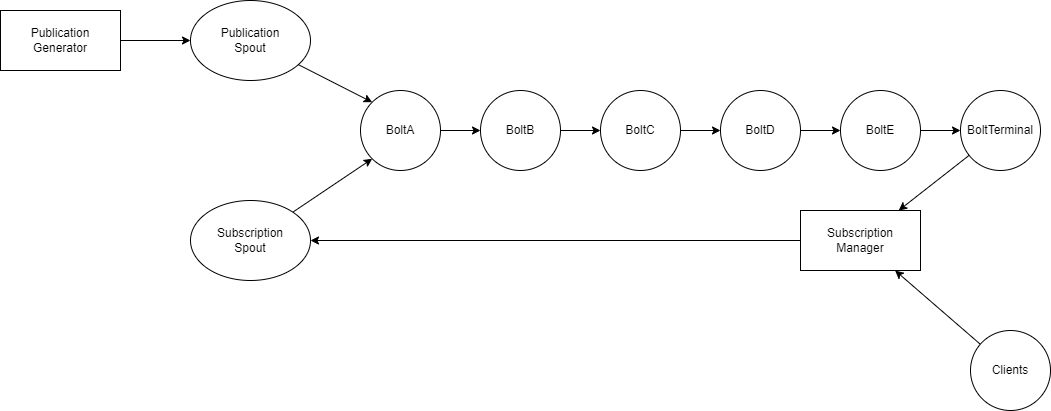
Earlier version of the draw.io export schema.png (iulyus01/EBS-proj). Source tidied: cells renumbered, new cells last; positions are measured from the earlier drawing's top-left corner, leaving out a move shared by most shapes.
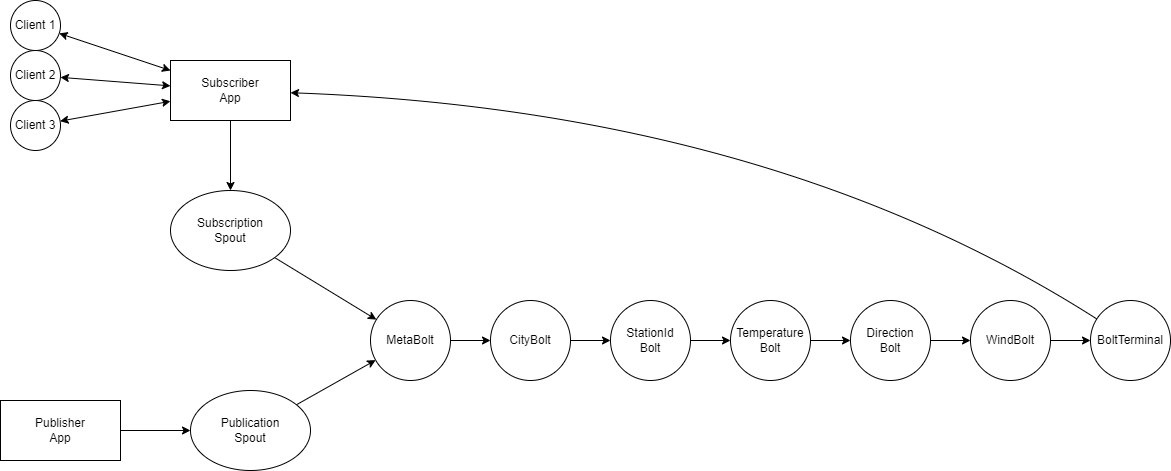
The same diagram one commit later.

The edit, as a diff of the source:
```diff
@@ -2,71 +2,93 @@
   <root>
     <mxCell id="0" />
     <mxCell id="1" parent="0" />
-    <mxCell id="2" style="edgeStyle=none;rounded=0;jettySize=auto;html=1;entryX=0;entryY=1;entryDx=0;entryDy=0;" parent="1" edge="1" source="3" target="7">
+    <mxCell id="2" style="edgeStyle=none;rounded=0;jettySize=auto;html=1;" parent="1" edge="1" source="3" target="7">
       <mxGeometry relative="1" as="geometry" />
     </mxCell>
     <mxCell id="3" value="Subscription&lt;br&gt;Spout" style="ellipse;whiteSpace=wrap;html=1;" parent="1" vertex="1">
-      <mxGeometry x="190" y="200" width="120" height="80" as="geometry" />
+      <mxGeometry x="160" y="-20" width="120" height="80" as="geometry" />
     </mxCell>
-    <mxCell id="4" style="rounded=0;jettySize=auto;html=1;entryX=0;entryY=0;entryDx=0;entryDy=0;" parent="1" edge="1" source="5" target="7">
+    <mxCell id="4" style="rounded=0;jettySize=auto;html=1;" parent="1" edge="1" source="5" target="7">
       <mxGeometry relative="1" as="geometry" />
     </mxCell>
     <mxCell id="5" value="Publication&lt;br&gt;Spout" style="ellipse;whiteSpace=wrap;html=1;" parent="1" vertex="1">
-      <mxGeometry x="190" width="120" height="80" as="geometry" />
+      <mxGeometry x="180" y="180" width="120" height="80" as="geometry" />
     </mxCell>
     <mxCell id="6" style="edgeStyle=none;rounded=0;jettySize=auto;html=1;" parent="1" edge="1" source="7" target="9">
       <mxGeometry relative="1" as="geometry" />
     </mxCell>
-    <mxCell id="7" value="BoltA" style="ellipse;whiteSpace=wrap;html=1;" parent="1" vertex="1">
+    <mxCell id="7" value="MetaBolt" style="ellipse;whiteSpace=wrap;html=1;" parent="1" vertex="1">
       <mxGeometry x="360" y="90" width="80" height="80" as="geometry" />
     </mxCell>
     <mxCell id="8" style="edgeStyle=none;rounded=0;jettySize=auto;html=1;" parent="1" edge="1" source="9" target="11">
       <mxGeometry relative="1" as="geometry" />
     </mxCell>
-    <mxCell id="9" value="BoltB" style="ellipse;whiteSpace=wrap;html=1;" parent="1" vertex="1">
+    <mxCell id="9" value="CityBolt" style="ellipse;whiteSpace=wrap;html=1;" parent="1" vertex="1">
       <mxGeometry x="480" y="90" width="80" height="80" as="geometry" />
     </mxCell>
-    <mxCell id="10" style="edgeStyle=none;rounded=0;jettySize=auto;html=1;" parent="1" edge="1" source="11" target="13">
+    <mxCell id="10" style="edgeStyle=none;rounded=0;jettySize=auto;html=1;" parent="1" edge="1" source="11" target="29">
       <mxGeometry relative="1" as="geometry" />
     </mxCell>
-    <mxCell id="11" value="BoltC" style="ellipse;whiteSpace=wrap;html=1;" parent="1" vertex="1">
+    <mxCell id="11" value="StationId&lt;br&gt;Bolt" style="ellipse;whiteSpace=wrap;html=1;" parent="1" vertex="1">
       <mxGeometry x="600" y="90" width="80" height="80" as="geometry" />
     </mxCell>
     <mxCell id="12" style="edgeStyle=none;rounded=0;jettySize=auto;html=1;" parent="1" edge="1" source="13" target="17">
       <mxGeometry relative="1" as="geometry" />
     </mxCell>
-    <mxCell id="13" value="BoltD" style="ellipse;whiteSpace=wrap;html=1;" parent="1" vertex="1">
-      <mxGeometry x="720" y="90" width="80" height="80" as="geometry" />
+    <mxCell id="13" value="Direction&lt;br&gt;Bolt" style="ellipse;whiteSpace=wrap;html=1;" parent="1" vertex="1">
+      <mxGeometry x="840" y="90" width="80" height="80" as="geometry" />
     </mxCell>
-    <mxCell id="14" style="edgeStyle=none;rounded=0;jettySize=auto;html=1;" parent="1" edge="1" source="15" target="21">
-      <mxGeometry relative="1" as="geometry" />
+    <mxCell id="14" style="edgeStyle=none;jettySize=auto;html=1;curved=1;" parent="1" edge="1" source="15" target="21">
+      <mxGeometry relative="1" as="geometry">
+        <Array as="points">
+          <mxPoint x="760" y="-100" />
+        </Array>
+      </mxGeometry>
     </mxCell>
     <mxCell id="15" value="BoltTerminal" style="ellipse;whiteSpace=wrap;html=1;" parent="1" vertex="1">
-      <mxGeometry x="960" y="90" width="80" height="80" as="geometry" />
+      <mxGeometry x="1080" y="90" width="80" height="80" as="geometry" />
     </mxCell>
     <mxCell id="16" style="edgeStyle=none;rounded=0;jettySize=auto;html=1;" parent="1" edge="1" source="17" target="15">
       <mxGeometry relative="1" as="geometry" />
     </mxCell>
-    <mxCell id="17" value="BoltE" style="ellipse;whiteSpace=wrap;html=1;" parent="1" vertex="1">
-      <mxGeometry x="840" y="90" width="80" height="80" as="geometry" />
+    <mxCell id="17" value="WindBolt" style="ellipse;whiteSpace=wrap;html=1;" parent="1" vertex="1">
+      <mxGeometry x="960" y="90" width="80" height="80" as="geometry" />
     </mxCell>
     <mxCell id="18" style="edgeStyle=none;rounded=0;jettySize=auto;html=1;" parent="1" edge="1" source="19" target="5">
       <mxGeometry relative="1" as="geometry" />
     </mxCell>
-    <mxCell id="19" value="Publication&lt;br&gt;Generator" style="rounded=0;whiteSpace=wrap;html=1;" parent="1" vertex="1">
-      <mxGeometry y="10" width="120" height="60" as="geometry" />
+    <mxCell id="19" value="Publisher&lt;br&gt;App" style="rounded=0;whiteSpace=wrap;html=1;" parent="1" vertex="1">
+      <mxGeometry x="-10" y="190" width="120" height="60" as="geometry" />
     </mxCell>
     <mxCell id="20" style="edgeStyle=none;rounded=0;jettySize=auto;html=1;" parent="1" edge="1" source="21" target="3">
       <mxGeometry relative="1" as="geometry" />
     </mxCell>
-    <mxCell id="21" value="Subscription&lt;br&gt;Manager" style="rounded=0;whiteSpace=wrap;html=1;" parent="1" vertex="1">
-      <mxGeometry x="800" y="210" width="120" height="60" as="geometry" />
+    <mxCell id="21" value="Subscriber&lt;br&gt;App" style="rounded=0;whiteSpace=wrap;html=1;" parent="1" vertex="1">
+      <mxGeometry x="160" y="-150" width="120" height="60" as="geometry" />
     </mxCell>
-    <mxCell id="22" style="edgeStyle=none;rounded=0;jettySize=auto;html=1;" parent="1" edge="1" source="23" target="21">
+    <mxCell id="22" style="edgeStyle=none;rounded=0;jettySize=auto;html=1;strokeColor=default;startArrow=classic;startFill=1;" parent="1" edge="1" source="23" target="21">
       <mxGeometry relative="1" as="geometry" />
     </mxCell>
-    <mxCell id="23" value="Clients" style="ellipse;whiteSpace=wrap;html=1;" parent="1" vertex="1">
-      <mxGeometry x="970" y="330" width="80" height="80" as="geometry" />
+    <mxCell id="23" value="Client 1" style="ellipse;whiteSpace=wrap;html=1;" parent="1" vertex="1">
+      <mxGeometry y="-210" width="50" height="50" as="geometry" />
     </mxCell>
+    <mxCell id="24" style="jettySize=auto;html=1;startArrow=classic;startFill=1;" parent="1" edge="1" source="25" target="21">
+      <mxGeometry relative="1" as="geometry" />
+    </mxCell>
+    <mxCell id="25" value="Client 2" style="ellipse;whiteSpace=wrap;html=1;" parent="1" vertex="1">
+      <mxGeometry y="-160" width="50" height="50" as="geometry" />
+    </mxCell>
+    <mxCell id="26" style="edgeStyle=none;jettySize=auto;html=1;startArrow=classic;startFill=1;" parent="1" edge="1" source="27" target="21">
+      <mxGeometry relative="1" as="geometry" />
+    </mxCell>
+    <mxCell id="27" value="Client 3" style="ellipse;whiteSpace=wrap;html=1;" parent="1" vertex="1">
+      <mxGeometry y="-110" width="50" height="50" as="geometry" />
+    </mxCell>
+    <mxCell id="28" style="edgeStyle=none;jettySize=auto;html=1;" parent="1" edge="1" source="29" target="13">
+      <mxGeometry relative="1" as="geometry" />
+    </mxCell>
+    <mxCell id="29" value="Temperature&lt;br&gt;Bolt" style="ellipse;whiteSpace=wrap;html=1;" parent="1" vertex="1">
+      <mxGeometry x="720" y="90" width="80" height="80" as="geometry" />
+    </mxCell>
   </root>
 </mxGraphModel>
```
